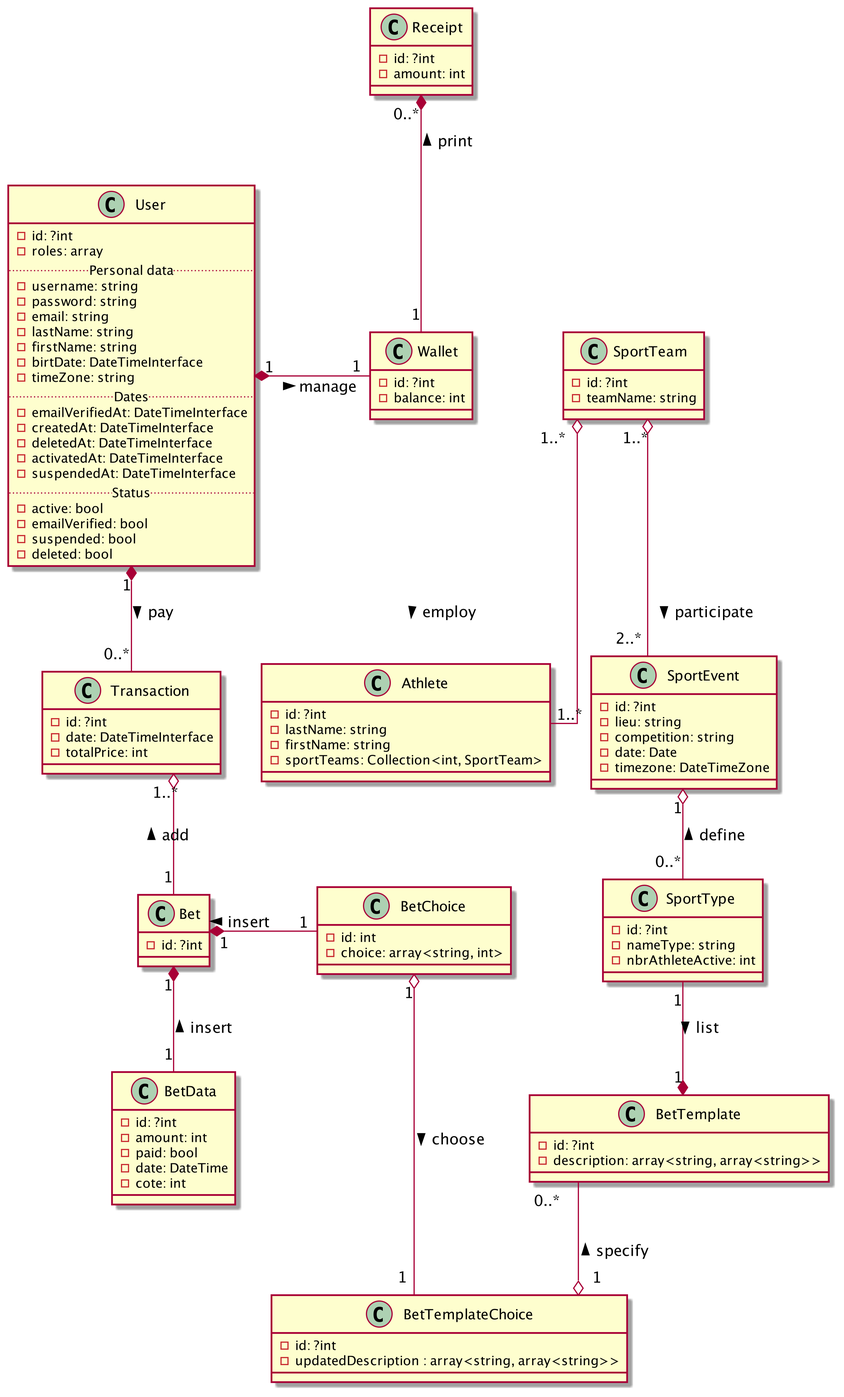
Before: UML/PariSportifUML.png, a diagram exported from PlantUML (OFP-CDA-Mulhouse-2020/parisportif3).
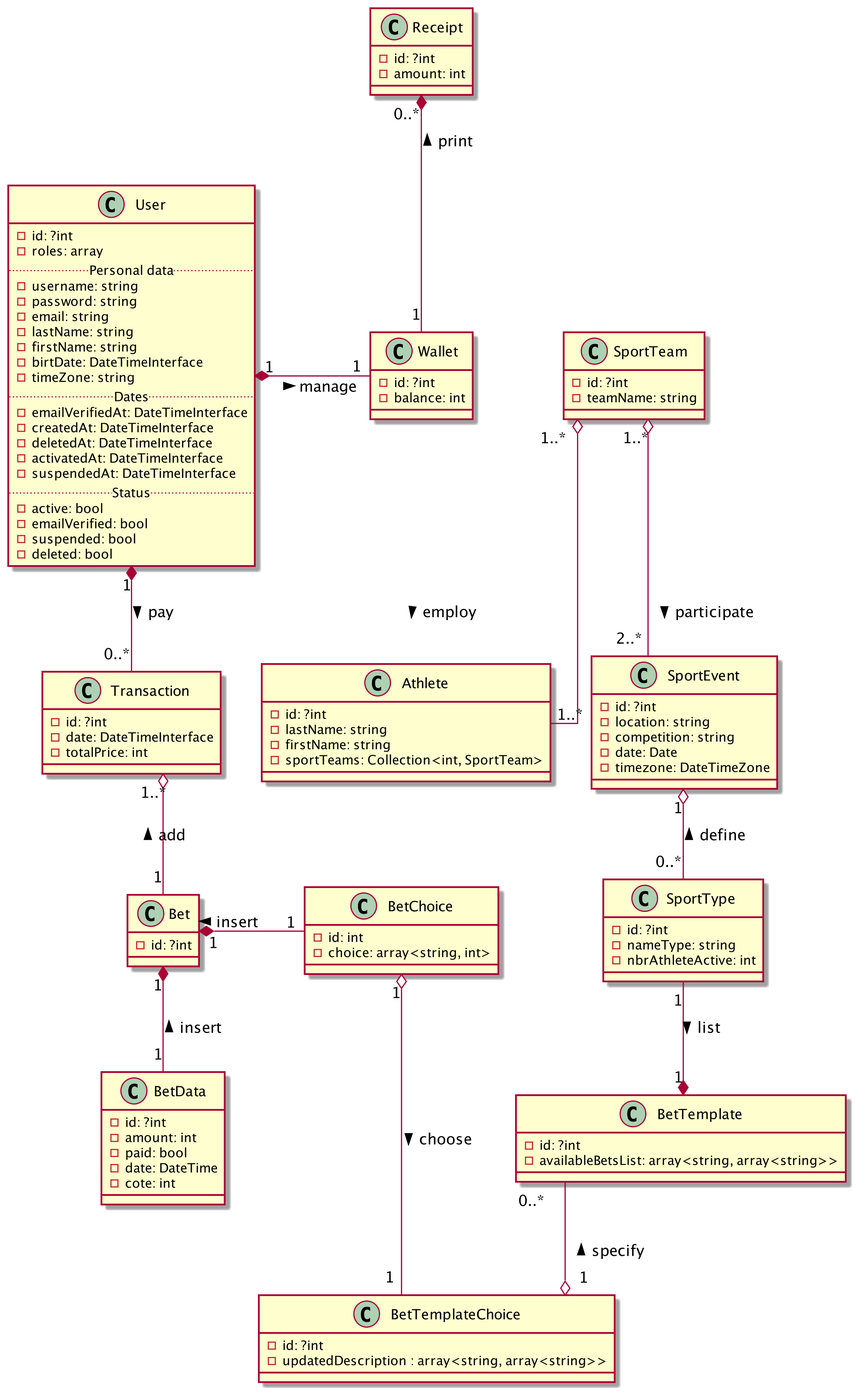
Later version of the same file.

Commit message:
UML Correction nom de variables :

BetTemplate
description -> availableBetsList

SportEvent
lieu -> location

Diff of the diagram source:
```diff
@@ -68,7 +68,7 @@
 
 class BetTemplate{
     -id: ?int
-    -description: array<string, array<string>>
+    -availableBetsList: array<string, array<string>>
 }
 
 class BetTemplateChoice{
@@ -78,7 +78,7 @@
 
 class SportEvent {
     -id: ?int
-    -lieu: string
+    -location: string
     -competition: string
     -date: Date
     -timezone: DateTimeZone
```
